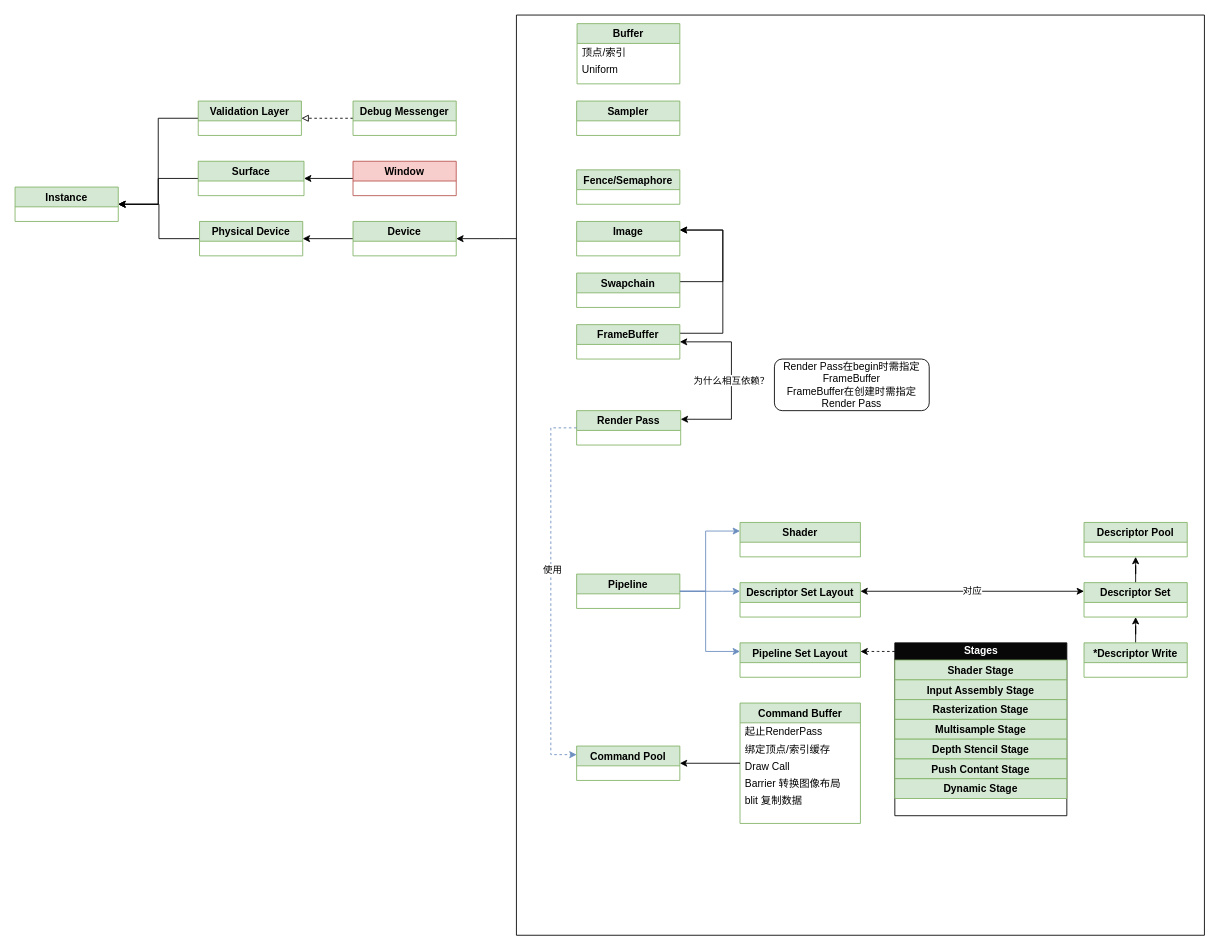
This is page "Vulkan依赖图" (1 of 4) of Doc/SequenceGraph.drawio from AllocBlock/goldsrc-renderer, a draw.io file, before an edit. Source tidied: cells renumbered, new cells numbered last; positions are measured from the earlier drawing's top-left corner, leaving out a move shared by most shapes. Both pictures are drawn from the tidied source at 86%, with x=0, y=0 at pixel (15, 15).
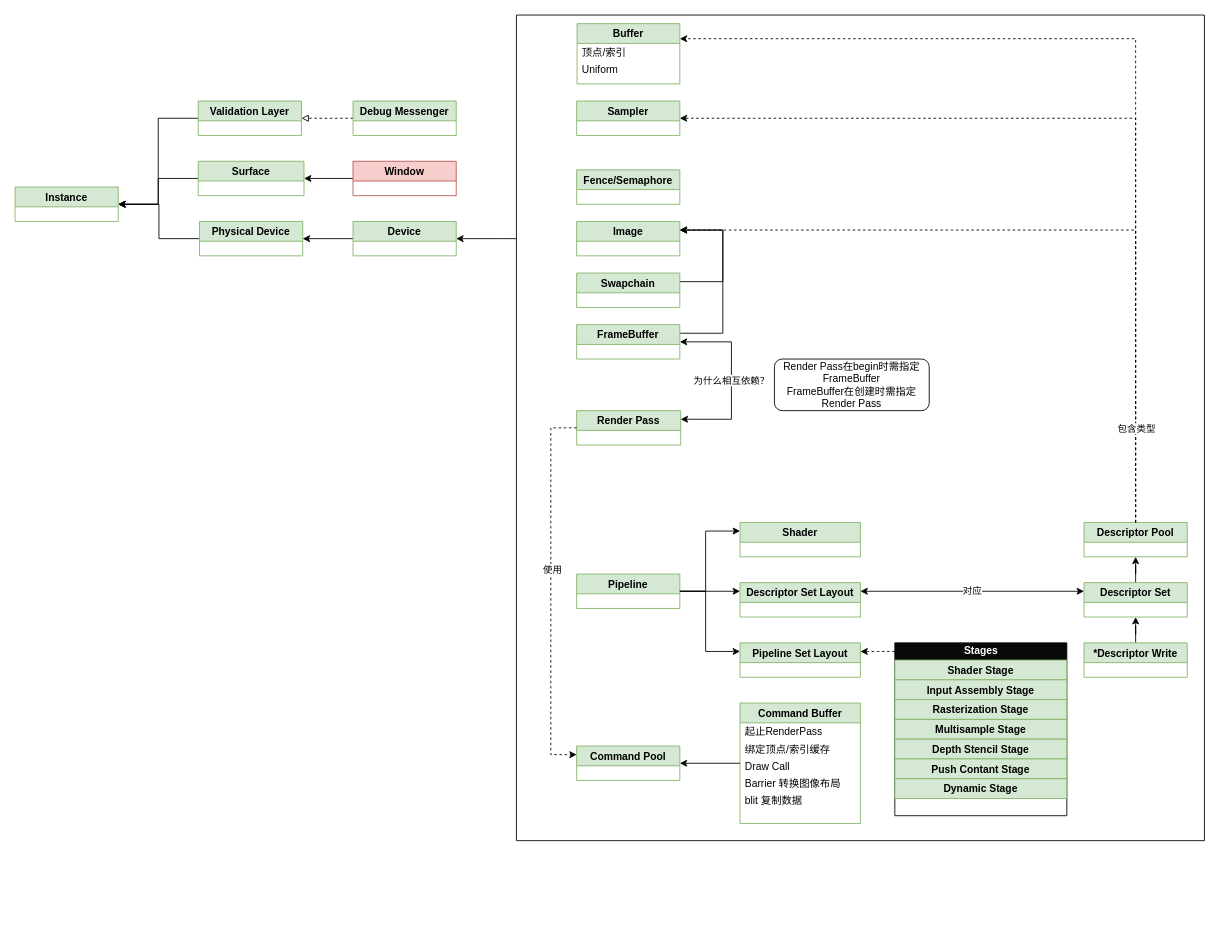
After the change.

The change refers to these unchanged cells:
```xml
<mxCell id="18" value="Image" style="swimlane;fillColor=#d5e8d4;strokeColor=#82b366;horizontal=1;" parent="16" vertex="1">
  <mxGeometry x="70" y="240" width="120" height="40" as="geometry" />
</mxCell>
<mxCell id="23" value="Sampler" style="swimlane;fillColor=#d5e8d4;strokeColor=#82b366;horizontal=1;" parent="16" vertex="1">
  <mxGeometry x="70" y="100" width="120" height="40" as="geometry" />
</mxCell>
<mxCell id="30" value="Render Pass" style="swimlane;startSize=23;fillColor=#d5e8d4;strokeColor=#82b366;horizontal=1;" parent="16" vertex="1">
  <mxGeometry x="70" y="460" width="121" height="40" as="geometry" />
</mxCell>
<mxCell id="32" value="Descriptor Pool" style="swimlane;fillColor=#d5e8d4;strokeColor=#82b366;horizontal=1;" parent="16" vertex="1">
  <mxGeometry x="660" y="590" width="120" height="40" as="geometry" />
</mxCell>
<mxCell id="37" value="Descriptor Set Layout" style="swimlane;fillColor=#d5e8d4;strokeColor=#82b366;horizontal=1;" parent="16" vertex="1">
  <mxGeometry x="260" y="660" width="140" height="40" as="geometry" />
</mxCell>
<mxCell id="40" value="Pipeline" style="swimlane;startSize=23;fillColor=#d5e8d4;strokeColor=#82b366;horizontal=1;" parent="16" vertex="1">
  <mxGeometry x="70" y="650" width="120" height="40" as="geometry" />
</mxCell>
<mxCell id="42" value="Pipeline Set Layout" style="swimlane;fillColor=#d5e8d4;strokeColor=#82b366;horizontal=1;" parent="16" vertex="1">
  <mxGeometry x="260" y="730" width="140" height="40" as="geometry" />
</mxCell>
<mxCell id="54" value="Buffer" style="swimlane;startSize=23;fillColor=#d5e8d4;strokeColor=#82b366;horizontal=1;" parent="16" vertex="1">
  <mxGeometry x="70.5" y="10" width="119.5" height="70" as="geometry" />
</mxCell>
<mxCell id="57" value="Command Pool" style="swimlane;startSize=23;fillColor=#d5e8d4;strokeColor=#82b366;horizontal=1;" parent="16" vertex="1">
  <mxGeometry x="70" y="850" width="120" height="40" as="geometry" />
</mxCell>
<mxCell id="58" value="Shader" style="swimlane;fillColor=#d5e8d4;strokeColor=#82b366;horizontal=1;" parent="16" vertex="1">
  <mxGeometry x="260" y="590" width="140" height="40" as="geometry" />
</mxCell>
```

Change to the diagram source:
```diff
@@
     <mxCell id="16" style="swimlane;startSize=0;fontStyle=1;" parent="1" vertex="1">
-      <mxGeometry x="583" width="800" height="1070" as="geometry" />
+      <mxGeometry x="583" width="800" height="960" as="geometry" />
     </mxCell>
@@
-    <mxCell id="39" style="edgeStyle=orthogonalEdgeStyle;rounded=0;jettySize=auto;html=1;startArrow=none;startFill=0;strokeWidth=1;horizontal=1;fillColor=#dae8fc;strokeColor=#6c8ebf;" parent="16" edge="1" source="40" target="37">
+    <mxCell id="39" style="edgeStyle=orthogonalEdgeStyle;rounded=0;jettySize=auto;html=1;startArrow=none;startFill=0;strokeWidth=1;horizontal=1;fillColor=#dae8fc;strokeColor=#000000;" parent="16" edge="1" source="40" target="37">
       <mxGeometry relative="1" as="geometry">
         <Array as="points">
           <mxPoint x="240" y="670" />
           <mxPoint x="240" y="670" />
         </Array>
       </mxGeometry>
     </mxCell>
@@
-    <mxCell id="43" style="edgeStyle=orthogonalEdgeStyle;rounded=0;jettySize=auto;html=1;startArrow=none;startFill=0;strokeWidth=1;fillColor=#dae8fc;strokeColor=#6c8ebf;horizontal=1;" parent="16" edge="1" source="40" target="42">
+    <mxCell id="43" style="edgeStyle=orthogonalEdgeStyle;rounded=0;jettySize=auto;html=1;startArrow=none;startFill=0;strokeWidth=1;fillColor=#dae8fc;strokeColor=#000000;horizontal=1;" parent="16" edge="1" source="40" target="42">
       <mxGeometry relative="1" as="geometry">
         <Array as="points">
           <mxPoint x="220" y="670" />
           <mxPoint x="220" y="740" />
         </Array>
       </mxGeometry>
     </mxCell>
-    <mxCell id="44" style="edgeStyle=orthogonalEdgeStyle;rounded=0;jettySize=auto;html=1;startArrow=none;startFill=0;strokeWidth=1;fillColor=#dae8fc;strokeColor=#6c8ebf;horizontal=1;" parent="16" edge="1" source="40" target="58">
+    <mxCell id="44" style="edgeStyle=orthogonalEdgeStyle;rounded=0;jettySize=auto;html=1;startArrow=none;startFill=0;strokeWidth=1;fillColor=#dae8fc;strokeColor=#000000;horizontal=1;" parent="16" edge="1" source="40" target="58">
       <mxGeometry relative="1" as="geometry">
         <Array as="points">
           <mxPoint x="220" y="670" />
           <mxPoint x="220" y="600" />
         </Array>
       </mxGeometry>
     </mxCell>
@@
-    <mxCell id="61" style="edgeStyle=orthogonalEdgeStyle;rounded=0;jettySize=auto;html=1;endArrow=classic;endFill=1;startArrow=none;startFill=0;dashed=1;fillColor=#dae8fc;strokeColor=#6c8ebf;" parent="16" edge="1" source="30" target="57">
+    <mxCell id="61" style="edgeStyle=orthogonalEdgeStyle;rounded=0;jettySize=auto;html=1;endArrow=classic;endFill=1;startArrow=none;startFill=0;dashed=1;fillColor=#dae8fc;strokeColor=#000000;" parent="16" edge="1" source="30" target="57">
       <mxGeometry relative="1" as="geometry">
         <Array as="points">
           <mxPoint x="40" y="480" />
           <mxPoint x="40" y="860" />
         </Array>
       </mxGeometry>
     </mxCell>
@@
+    <mxCell id="63" style="edgeStyle=orthogonalEdgeStyle;rounded=0;jettySize=auto;html=1;startArrow=none;startFill=0;endArrow=classic;endFill=1;strokeWidth=1;horizontal=1;entryX=1;entryY=0.25;entryDx=0;entryDy=0;exitX=0.5;exitY=0;exitDx=0;exitDy=0;dashed=1;" parent="16" edge="1" source="32" target="18">
+      <mxGeometry relative="1" as="geometry" />
+    </mxCell>
+    <mxCell id="64" style="edgeStyle=orthogonalEdgeStyle;rounded=0;jettySize=auto;html=1;startArrow=none;startFill=0;endArrow=classic;endFill=1;strokeWidth=1;horizontal=1;entryX=1;entryY=0.5;entryDx=0;entryDy=0;dashed=1;exitX=0.5;exitY=0;exitDx=0;exitDy=0;" parent="16" edge="1" source="32" target="23">
+      <mxGeometry relative="1" as="geometry" />
+    </mxCell>
+    <mxCell id="65" style="edgeStyle=orthogonalEdgeStyle;rounded=0;jettySize=auto;html=1;startArrow=none;startFill=0;endArrow=classic;endFill=1;strokeWidth=1;horizontal=1;entryX=1;entryY=0.25;entryDx=0;entryDy=0;dashed=1;exitX=0.5;exitY=0;exitDx=0;exitDy=0;" parent="16" edge="1" source="32" target="54">
+      <mxGeometry relative="1" as="geometry" />
+    </mxCell>
+    <mxCell id="66" value="包含类型" style="edgeLabel;html=1;align=center;verticalAlign=middle;" parent="65" vertex="1">
+      <mxGeometry relative="1" as="geometry">
+        <mxPoint y="436" as="offset" />
+      </mxGeometry>
+    </mxCell>
```
